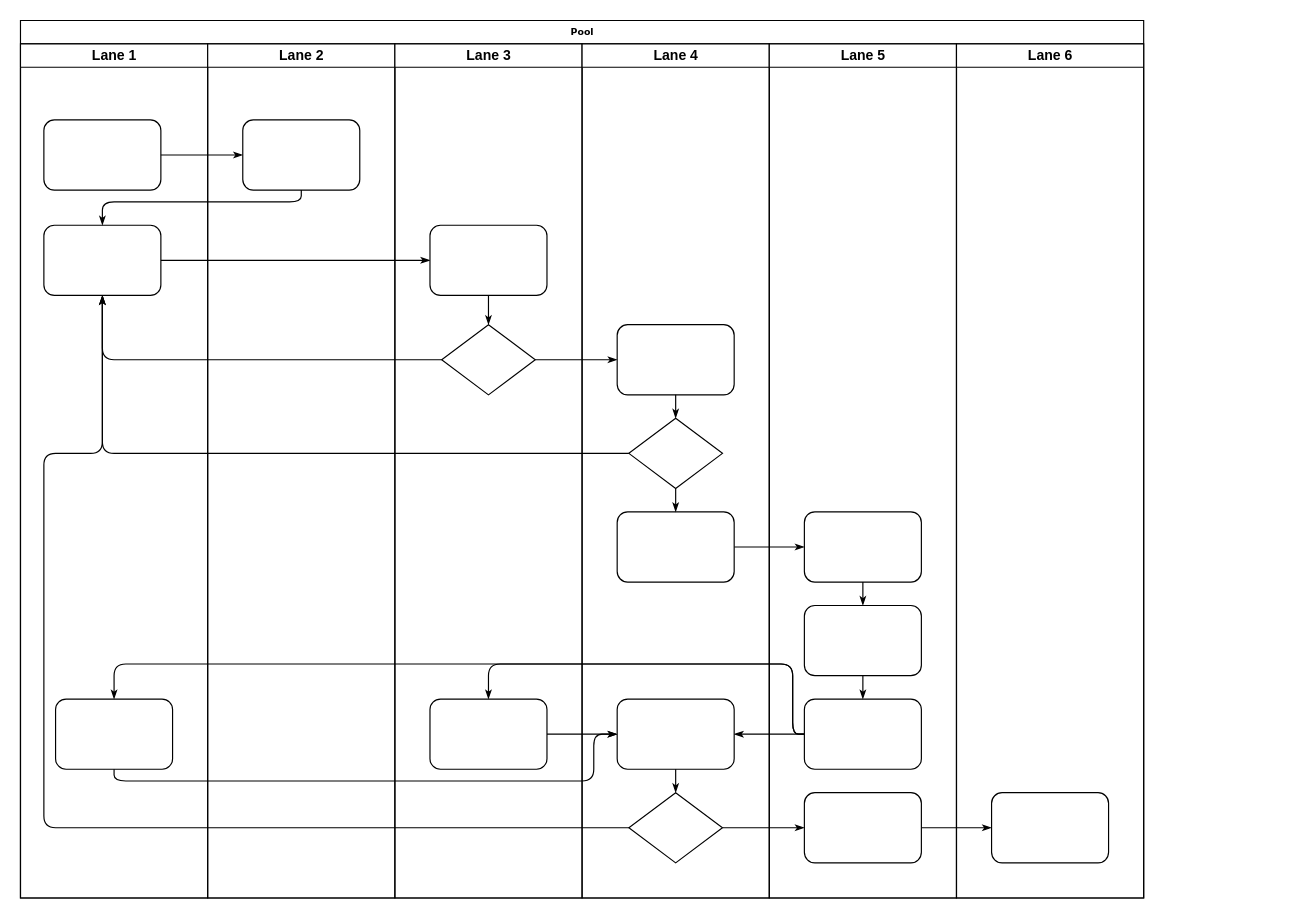
Above: page "MESERO" (1 of 4) of DiagramaActividad.drawio in BROC95/JJB_sw (draw.io), before the change. Source tidied: cells renumbered, new cells numbered last; positions are measured from the earlier drawing's top-left corner, leaving out a move shared by most shapes. Both pictures are drawn from the tidied source at 117%, with x=0, y=0 at pixel (20, 20).
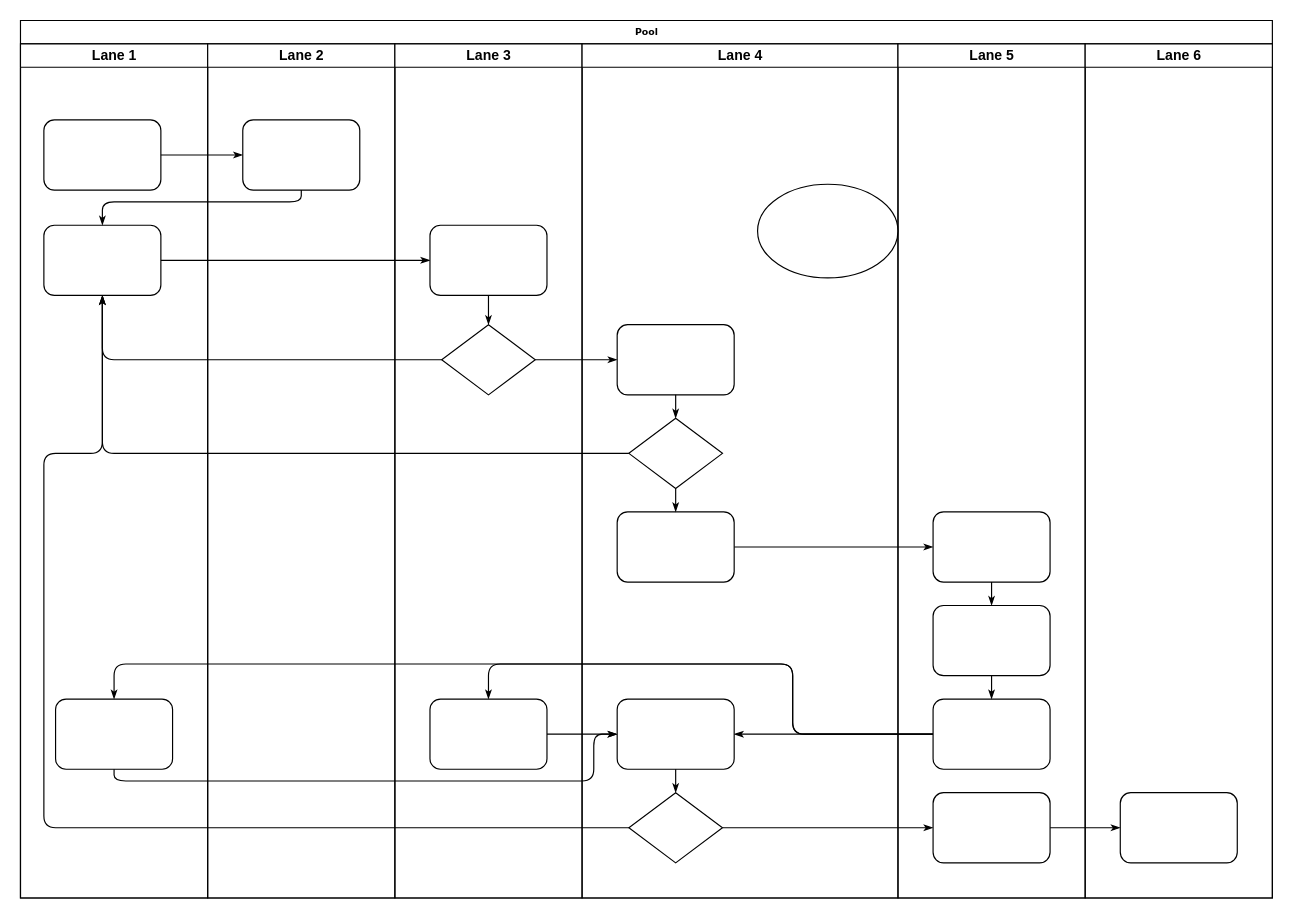
Above is the later version.

Change to the diagram source:
```diff
@@
     <mxCell id="2" value="Pool" style="swimlane;html=1;startSize=20;rounded=0;shadow=0;labelBackgroundColor=none;strokeWidth=1;fontFamily=Verdana;fontSize=8;align=center;" parent="1" vertex="1">
-      <mxGeometry width="960" height="750" as="geometry" />
+      <mxGeometry width="1070" height="750" as="geometry" />
     </mxCell>
@@
     <mxCell id="29" value="Lane 4" style="swimlane;html=1;startSize=20;" parent="2" vertex="1">
-      <mxGeometry x="480" y="20" width="160" height="730" as="geometry" />
+      <mxGeometry x="480" y="20" width="270" height="730" as="geometry" />
     </mxCell>
@@
+    <mxCell id="47" style="ellipse;whiteSpace=wrap;html=1;" parent="29" vertex="1">
+      <mxGeometry x="150" y="120" width="120" height="80" as="geometry" />
+    </mxCell>
     <mxCell id="38" value="Lane 5" style="swimlane;html=1;startSize=20;" parent="2" vertex="1">
-      <mxGeometry x="640" y="20" width="160" height="730" as="geometry" />
+      <mxGeometry x="750" y="20" width="160" height="730" as="geometry" />
     </mxCell>
@@
     <mxCell id="45" value="Lane 6" style="swimlane;html=1;startSize=20;" parent="2" vertex="1">
-      <mxGeometry x="800" y="20" width="160" height="730" as="geometry" />
+      <mxGeometry x="910" y="20" width="160" height="730" as="geometry" />
     </mxCell>
```
